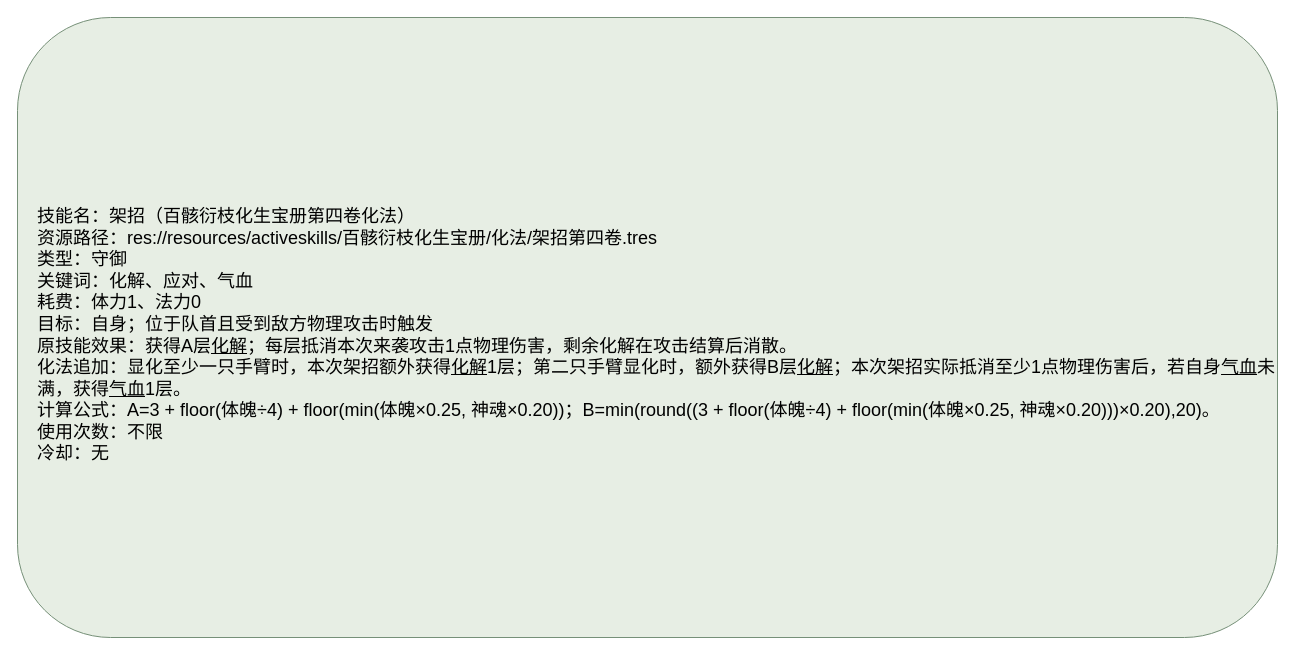
This is docs/卡牌词典/秘籍技能/百骸衍枝化生宝册/化法/架招第四卷.drawio from ankundanetracyc-spec/tian-guan-you-du, a draw.io file, before an edit. Source tidied: cells renumbered, new cells numbered last; positions are measured from the earlier drawing's top-left corner, leaving out a move shared by most shapes. Both pictures are drawn from the tidied source at 100%, with x=0, y=0 at pixel (17, 17).
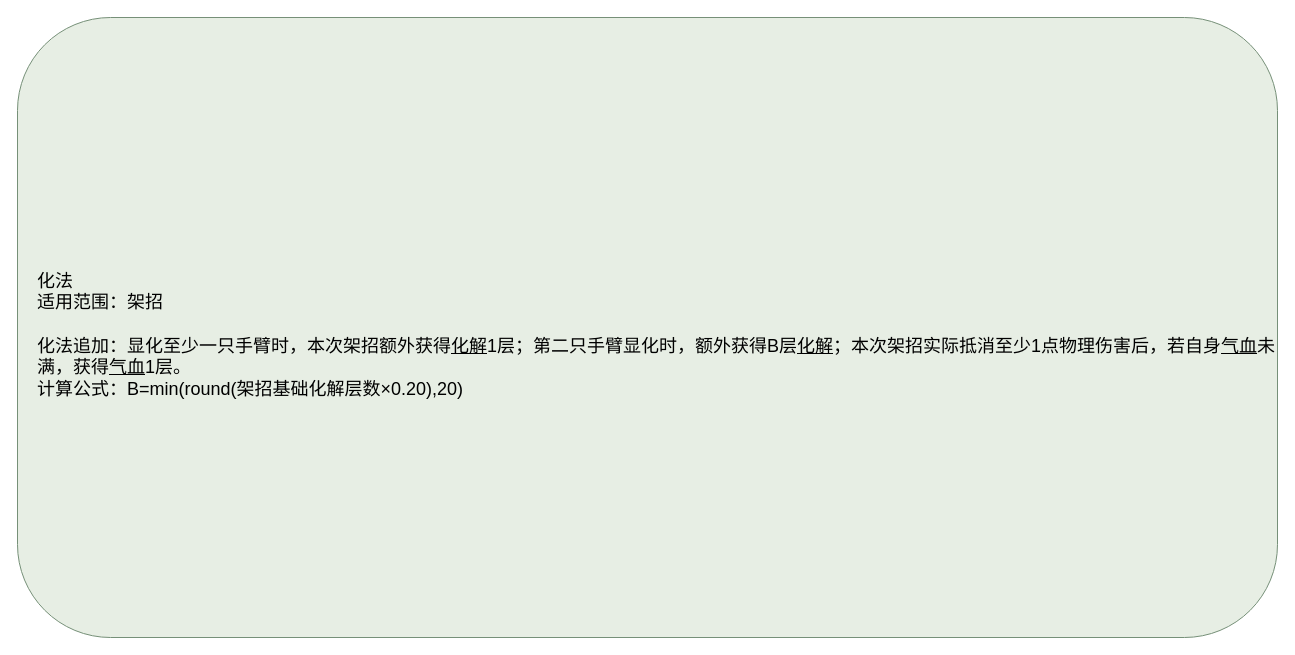
Above is the later version.

The edit, as a diff of the source:
```diff
@@
 <mxGraphModel>
   <root>
     <mxCell id="0" />
     <mxCell id="1" parent="0" />
-    <mxCell id="2" value="&lt;div style=&quot;text-align:left;&quot;&gt;技能名：架招（百骸衍枝化生宝册第四卷化法）&lt;br&gt;资源路径：res://resources/activeskills/百骸衍枝化生宝册/化法/架招第四卷.tres&lt;br&gt;类型：守御&lt;br&gt;关键词：化解、应对、气血&lt;br&gt;耗费：体力1、法力0&lt;br&gt;目标：自身；位于队首且受到敌方物理攻击时触发&lt;br&gt;原技能效果：获得A层&lt;u&gt;化解&lt;/u&gt;；每层抵消本次来袭攻击1点物理伤害，剩余化解在攻击结算后消散。&lt;br&gt;化法追加：显化至少一只手臂时，本次架招额外获得&lt;u&gt;化解&lt;/u&gt;1层；第二只手臂显化时，额外获得B层&lt;u&gt;化解&lt;/u&gt;；本次架招实际抵消至少1点物理伤害后，若自身&lt;u&gt;气血&lt;/u&gt;未满，获得&lt;u&gt;气血&lt;/u&gt;1层。&lt;br&gt;计算公式：A=3 + floor(体魄÷4) + floor(min(体魄×0.25, 神魂×0.20))；B=min(round((3 + floor(体魄÷4) + floor(min(体魄×0.25, 神魂×0.20)))×0.20),20)。&lt;br&gt;使用次数：不限&lt;br&gt;冷却：无&lt;/div&gt;" style="rounded=1;whiteSpace=wrap;html=1;fillColor=#e7eee4;strokeColor=#769078;fontSize=18;align=left;spacingLeft=18;spacingTop=16;" parent="1" vertex="1">
+    <mxCell id="2" value="&lt;div style=&quot;text-align:left;&quot;&gt;化法&lt;br&gt;适用范围：架招&lt;br&gt;&lt;br&gt;化法追加：显化至少一只手臂时，本次架招额外获得&lt;u&gt;化解&lt;/u&gt;1层；第二只手臂显化时，额外获得B层&lt;u&gt;化解&lt;/u&gt;；本次架招实际抵消至少1点物理伤害后，若自身&lt;u&gt;气血&lt;/u&gt;未满，获得&lt;u&gt;气血&lt;/u&gt;1层。&lt;br&gt;计算公式：B=min(round(架招基础化解层数×0.20),20)&lt;/div&gt;" style="rounded=1;whiteSpace=wrap;html=1;fillColor=#e7eee4;strokeColor=#769078;fontSize=18;align=left;spacingLeft=18;spacingTop=16;" parent="1" vertex="1">
       <mxGeometry width="1260" height="620" as="geometry" />
     </mxCell>
   </root>
 </mxGraphModel>
```
